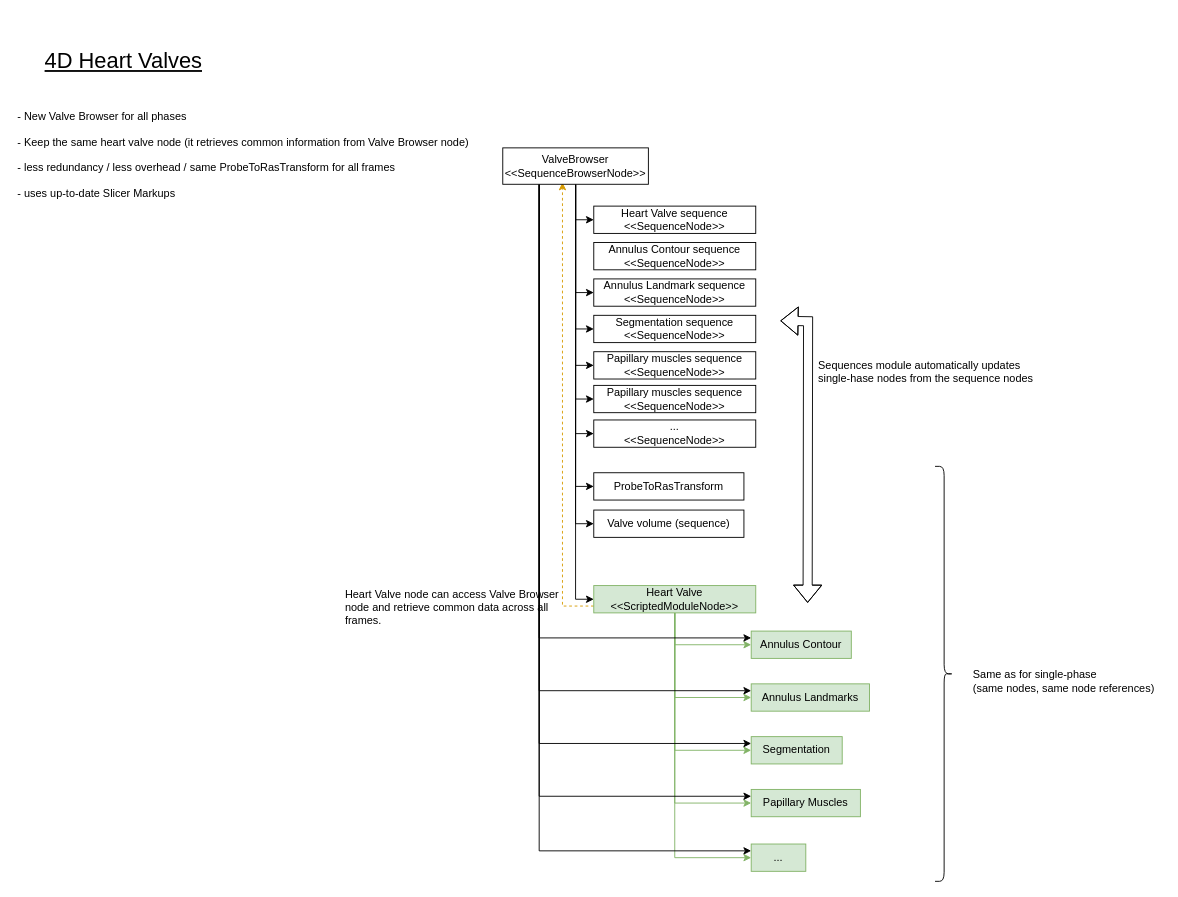
Above: Docs/HeartValveSequenceDesign.drawio in SlicerHeart/SlicerHeart (draw.io), before the change. Source tidied: cells renumbered, new cells numbered last; positions are measured from the earlier drawing's top-left corner, leaving out a move shared by most shapes. Both pictures are drawn from the tidied source at 91%, with x=0, y=0 at pixel (15, 47).
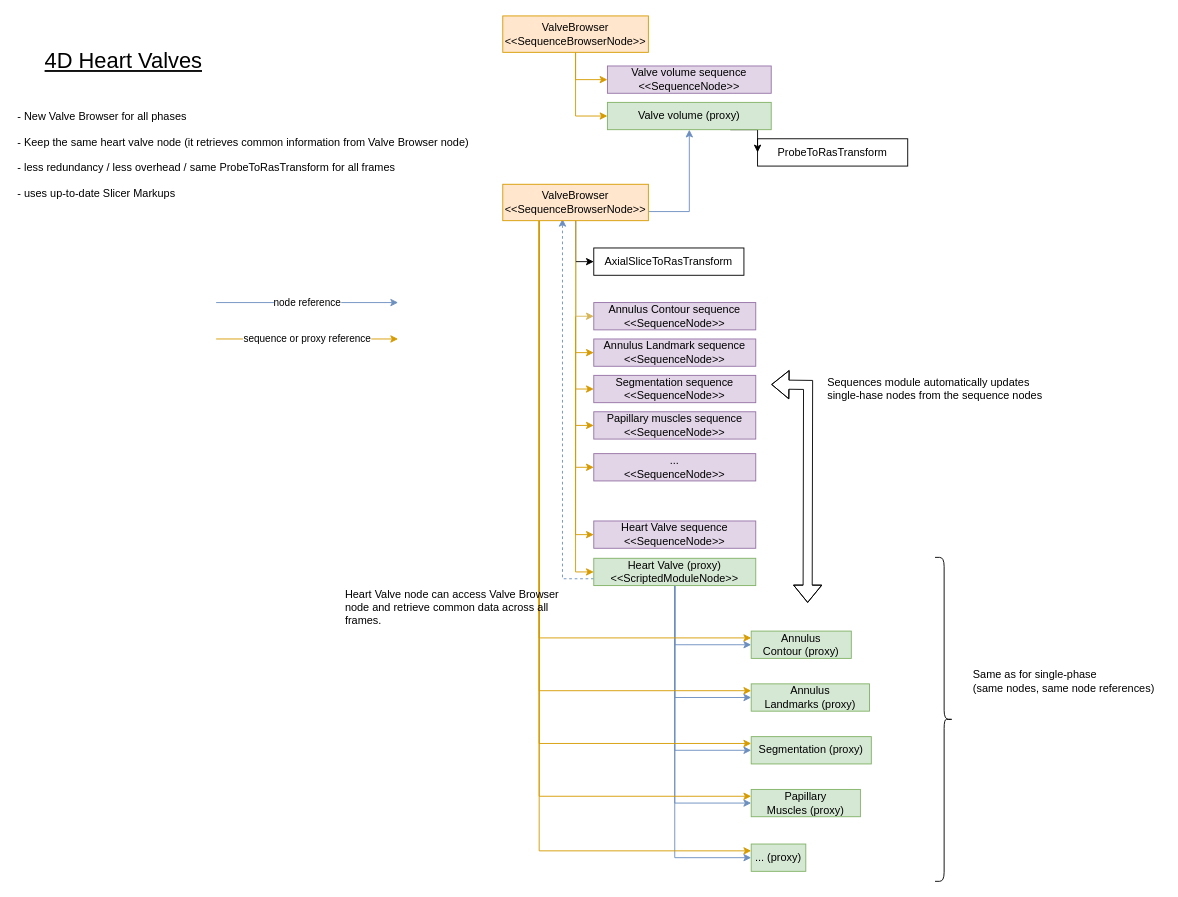
The same page after the edit.

Commit message (it also covers changes not shown here):
Updated ValveAnnulusAnalysis module to use sequences for data storage

Change to the diagram source:
```diff
@@
-    <mxCell id="2" value="Papillary Muscles" style="rounded=0;whiteSpace=wrap;html=1;fillColor=#d5e8d4;strokeColor=#82b366;" parent="1" vertex="1">
+    <mxCell id="2" value="Papillary Muscles&amp;nbsp;(proxy)" style="rounded=0;whiteSpace=wrap;html=1;fillColor=#d5e8d4;strokeColor=#82b366;" parent="1" vertex="1">
       <mxGeometry x="808" y="815" width="120" height="30" as="geometry" />
     </mxCell>
-    <mxCell id="3" value="Segmentation" style="whiteSpace=wrap;html=1;fillColor=#d5e8d4;strokeColor=#82b366;" parent="1" vertex="1">
-      <mxGeometry x="808" y="757" width="100" height="30" as="geometry" />
+    <mxCell id="3" value="Segmentation&amp;nbsp;(proxy)" style="whiteSpace=wrap;html=1;fillColor=#d5e8d4;strokeColor=#82b366;" parent="1" vertex="1">
+      <mxGeometry x="808" y="757" width="132" height="30" as="geometry" />
     </mxCell>
-    <mxCell id="4" value="Annulus Contour" style="whiteSpace=wrap;html=1;fillColor=#d5e8d4;strokeColor=#82b366;" parent="1" vertex="1">
+    <mxCell id="4" value="Annulus Contour&amp;nbsp;(proxy)" style="whiteSpace=wrap;html=1;fillColor=#d5e8d4;strokeColor=#82b366;" parent="1" vertex="1">
       <mxGeometry x="808" y="641" width="110" height="30" as="geometry" />
     </mxCell>
-    <mxCell id="5" value="Annulus Landmarks" style="whiteSpace=wrap;html=1;fillColor=#d5e8d4;strokeColor=#82b366;" parent="1" vertex="1">
+    <mxCell id="5" value="Annulus Landmarks&amp;nbsp;(proxy)" style="whiteSpace=wrap;html=1;fillColor=#d5e8d4;strokeColor=#82b366;" parent="1" vertex="1">
       <mxGeometry x="808" y="699" width="130" height="30" as="geometry" />
     </mxCell>
     <mxCell id="6" value="ProbeToRasTransform" style="whiteSpace=wrap;html=1;" parent="1" vertex="1">
-      <mxGeometry x="635" y="467" width="165" height="30" as="geometry" />
+      <mxGeometry x="815" y="100" width="165" height="30" as="geometry" />
     </mxCell>
-    <mxCell id="7" style="edgeStyle=orthogonalEdgeStyle;rounded=0;jettySize=auto;html=1;entryX=0;entryY=0.5;entryDx=0;entryDy=0;exitX=0.5;exitY=1;exitDx=0;exitDy=0;fillColor=#d5e8d4;strokeColor=#82b366;" parent="1" edge="1" source="13" target="4">
+    <mxCell id="7" style="edgeStyle=orthogonalEdgeStyle;rounded=0;jettySize=auto;html=1;entryX=0;entryY=0.5;entryDx=0;entryDy=0;exitX=0.5;exitY=1;exitDx=0;exitDy=0;fillColor=#dae8fc;strokeColor=#6c8ebf;" parent="1" edge="1" source="13" target="4">
       <mxGeometry relative="1" as="geometry" />
     </mxCell>
-    <mxCell id="8" style="edgeStyle=orthogonalEdgeStyle;rounded=0;jettySize=auto;html=1;entryX=0;entryY=0.5;entryDx=0;entryDy=0;exitX=0.5;exitY=1;exitDx=0;exitDy=0;fillColor=#d5e8d4;strokeColor=#82b366;" parent="1" edge="1" source="13" target="5">
+    <mxCell id="8" style="edgeStyle=orthogonalEdgeStyle;rounded=0;jettySize=auto;html=1;entryX=0;entryY=0.5;entryDx=0;entryDy=0;exitX=0.5;exitY=1;exitDx=0;exitDy=0;fillColor=#dae8fc;strokeColor=#6c8ebf;" parent="1" edge="1" source="13" target="5">
       <mxGeometry relative="1" as="geometry" />
     </mxCell>
-    <mxCell id="9" style="edgeStyle=orthogonalEdgeStyle;rounded=0;jettySize=auto;html=1;entryX=0;entryY=0.5;entryDx=0;entryDy=0;exitX=0.5;exitY=1;exitDx=0;exitDy=0;fillColor=#d5e8d4;strokeColor=#82b366;" parent="1" edge="1" source="13" target="3">
+    <mxCell id="9" style="edgeStyle=orthogonalEdgeStyle;rounded=0;jettySize=auto;html=1;entryX=0;entryY=0.5;entryDx=0;entryDy=0;exitX=0.5;exitY=1;exitDx=0;exitDy=0;fillColor=#dae8fc;strokeColor=#6c8ebf;" parent="1" edge="1" source="13" target="3">
       <mxGeometry relative="1" as="geometry" />
     </mxCell>
-    <mxCell id="10" style="edgeStyle=orthogonalEdgeStyle;rounded=0;jettySize=auto;html=1;entryX=0;entryY=0.5;entryDx=0;entryDy=0;exitX=0.5;exitY=1;exitDx=0;exitDy=0;fillColor=#d5e8d4;strokeColor=#82b366;" parent="1" edge="1" source="13" target="2">
+    <mxCell id="10" style="edgeStyle=orthogonalEdgeStyle;rounded=0;jettySize=auto;html=1;entryX=0;entryY=0.5;entryDx=0;entryDy=0;exitX=0.5;exitY=1;exitDx=0;exitDy=0;fillColor=#dae8fc;strokeColor=#6c8ebf;" parent="1" edge="1" source="13" target="2">
       <mxGeometry relative="1" as="geometry" />
     </mxCell>
-    <mxCell id="11" style="edgeStyle=orthogonalEdgeStyle;rounded=0;jettySize=auto;html=1;entryX=0;entryY=0.5;entryDx=0;entryDy=0;fontSize=12;fillColor=#d5e8d4;strokeColor=#82b366;" parent="1" edge="1" source="13" target="30">
+    <mxCell id="11" style="edgeStyle=orthogonalEdgeStyle;rounded=0;jettySize=auto;html=1;entryX=0;entryY=0.5;entryDx=0;entryDy=0;fontSize=12;fillColor=#dae8fc;strokeColor=#6c8ebf;" parent="1" edge="1" source="13" target="30">
       <mxGeometry relative="1" as="geometry" />
     </mxCell>
-    <mxCell id="12" style="rounded=0;jettySize=auto;html=1;exitX=0;exitY=0.75;exitDx=0;exitDy=0;entryX=0.41;entryY=0.951;entryDx=0;entryDy=0;dashed=1;entryPerimeter=0;edgeStyle=orthogonalEdgeStyle;fillColor=#ffe6cc;strokeColor=#d79b00;" parent="1" edge="1" source="13" target="28">
+    <mxCell id="12" style="rounded=0;jettySize=auto;html=1;exitX=0;exitY=0.75;exitDx=0;exitDy=0;entryX=0.41;entryY=0.951;entryDx=0;entryDy=0;dashed=1;entryPerimeter=0;edgeStyle=orthogonalEdgeStyle;fillColor=#dae8fc;strokeColor=#6c8ebf;" parent="1" edge="1" source="13" target="28">
       <mxGeometry relative="1" as="geometry" />
     </mxCell>
-    <mxCell id="13" value="Heart Valve&lt;br&gt;&amp;lt;&amp;lt;ScriptedModuleNode&amp;gt;&amp;gt;" style="whiteSpace=wrap;html=1;fillColor=#d5e8d4;strokeColor=#82b366;" parent="1" vertex="1">
-      <mxGeometry x="635" y="591" width="178" height="30" as="geometry" />
+    <mxCell id="13" value="Heart Valve&amp;nbsp;(proxy)&lt;br&gt;&amp;lt;&amp;lt;ScriptedModuleNode&amp;gt;&amp;gt;" style="whiteSpace=wrap;html=1;fillColor=#d5e8d4;strokeColor=#82b366;" parent="1" vertex="1">
+      <mxGeometry x="635" y="561" width="178" height="30" as="geometry" />
     </mxCell>
-    <mxCell id="14" style="edgeStyle=orthogonalEdgeStyle;rounded=0;jettySize=auto;html=1;entryX=0;entryY=0.5;entryDx=0;entryDy=0;" parent="1" edge="1" source="28" target="6">
+    <mxCell id="14" style="edgeStyle=orthogonalEdgeStyle;rounded=0;jettySize=auto;html=1;entryX=0;entryY=0.5;entryDx=0;entryDy=0;exitX=0.75;exitY=1;exitDx=0;exitDy=0;" parent="1" edge="1" source="51" target="6">
       <mxGeometry relative="1" as="geometry" />
     </mxCell>
-    <mxCell id="15" style="edgeStyle=orthogonalEdgeStyle;rounded=0;jettySize=auto;html=1;entryX=0;entryY=0.5;entryDx=0;entryDy=0;fontSize=12;" parent="1" edge="1" source="28" target="31">
-      <mxGeometry relative="1" as="geometry" />
-    </mxCell>
-    <mxCell id="16" style="edgeStyle=orthogonalEdgeStyle;rounded=0;jettySize=auto;html=1;entryX=0;entryY=0.5;entryDx=0;entryDy=0;fontSize=12;exitX=0.5;exitY=1;exitDx=0;exitDy=0;" parent="1" edge="1" source="28" target="13">
+    <mxCell id="16" style="edgeStyle=orthogonalEdgeStyle;rounded=0;jettySize=auto;html=1;entryX=0;entryY=0.5;entryDx=0;entryDy=0;fontSize=12;exitX=0.5;exitY=1;exitDx=0;exitDy=0;fillColor=#ffe6cc;strokeColor=#d79b00;" parent="1" edge="1" source="28" target="13">
       <mxGeometry relative="1" as="geometry" />
     </mxCell>
-    <mxCell id="17" style="edgeStyle=orthogonalEdgeStyle;rounded=0;jettySize=auto;html=1;exitX=0.5;exitY=1;exitDx=0;exitDy=0;entryX=0;entryY=0.5;entryDx=0;entryDy=0;" parent="1" edge="1" source="28" target="34">
+    <mxCell id="17" style="edgeStyle=orthogonalEdgeStyle;rounded=0;jettySize=auto;html=1;exitX=0.5;exitY=1;exitDx=0;exitDy=0;entryX=0;entryY=0.5;entryDx=0;entryDy=0;fillColor=#ffe6cc;strokeColor=#d79b00;" parent="1" edge="1" source="28" target="34">
       <mxGeometry relative="1" as="geometry" />
     </mxCell>
-    <mxCell id="18" style="edgeStyle=orthogonalEdgeStyle;rounded=0;jettySize=auto;html=1;exitX=0.5;exitY=1;exitDx=0;exitDy=0;entryX=0;entryY=0.5;entryDx=0;entryDy=0;" parent="1" edge="1" source="28" target="36">
+    <mxCell id="18" style="edgeStyle=orthogonalEdgeStyle;rounded=0;jettySize=auto;html=1;exitX=0.5;exitY=1;exitDx=0;exitDy=0;entryX=0;entryY=0.5;entryDx=0;entryDy=0;fillColor=#ffe6cc;strokeColor=#d79b00;" parent="1" edge="1" source="28" target="36">
       <mxGeometry relative="1" as="geometry" />
     </mxCell>
-    <mxCell id="19" style="edgeStyle=orthogonalEdgeStyle;rounded=0;jettySize=auto;html=1;exitX=0.5;exitY=1;exitDx=0;exitDy=0;entryX=0;entryY=0.5;entryDx=0;entryDy=0;" parent="1" edge="1" source="28" target="37">
+    <mxCell id="19" style="edgeStyle=orthogonalEdgeStyle;rounded=0;jettySize=auto;html=1;exitX=0.5;exitY=1;exitDx=0;exitDy=0;entryX=0;entryY=0.5;entryDx=0;entryDy=0;fillColor=#ffe6cc;strokeColor=#d79b00;" parent="1" edge="1" source="28" target="37">
       <mxGeometry relative="1" as="geometry" />
     </mxCell>
-    <mxCell id="20" style="edgeStyle=orthogonalEdgeStyle;rounded=0;jettySize=auto;html=1;exitX=0.5;exitY=1;exitDx=0;exitDy=0;entryX=0;entryY=0.5;entryDx=0;entryDy=0;" parent="1" edge="1" source="28" target="38">
+    <mxCell id="20" style="edgeStyle=orthogonalEdgeStyle;rounded=0;jettySize=auto;html=1;exitX=0.5;exitY=1;exitDx=0;exitDy=0;entryX=0;entryY=0.5;entryDx=0;entryDy=0;fillColor=#ffe6cc;strokeColor=#d79b00;" parent="1" edge="1" source="28" target="38">
       <mxGeometry relative="1" as="geometry" />
     </mxCell>
-    <mxCell id="21" style="edgeStyle=orthogonalEdgeStyle;rounded=0;jettySize=auto;html=1;exitX=0.25;exitY=1;exitDx=0;exitDy=0;entryX=0;entryY=0.25;entryDx=0;entryDy=0;" parent="1" edge="1" source="28" target="4">
+    <mxCell id="21" style="edgeStyle=orthogonalEdgeStyle;rounded=0;jettySize=auto;html=1;exitX=0.25;exitY=1;exitDx=0;exitDy=0;entryX=0;entryY=0.25;entryDx=0;entryDy=0;fillColor=#ffe6cc;strokeColor=#d79b00;" parent="1" edge="1" source="28" target="4">
       <mxGeometry relative="1" as="geometry" />
     </mxCell>
-    <mxCell id="22" style="edgeStyle=orthogonalEdgeStyle;rounded=0;jettySize=auto;html=1;exitX=0.25;exitY=1;exitDx=0;exitDy=0;entryX=0;entryY=0.25;entryDx=0;entryDy=0;" parent="1" edge="1" source="28" target="5">
+    <mxCell id="22" style="edgeStyle=orthogonalEdgeStyle;rounded=0;jettySize=auto;html=1;exitX=0.25;exitY=1;exitDx=0;exitDy=0;entryX=0;entryY=0.25;entryDx=0;entryDy=0;fillColor=#ffe6cc;strokeColor=#d79b00;" parent="1" edge="1" source="28" target="5">
       <mxGeometry relative="1" as="geometry" />
     </mxCell>
-    <mxCell id="23" style="edgeStyle=orthogonalEdgeStyle;rounded=0;jettySize=auto;html=1;exitX=0.25;exitY=1;exitDx=0;exitDy=0;entryX=0;entryY=0.25;entryDx=0;entryDy=0;" parent="1" edge="1" source="28" target="3">
+    <mxCell id="23" style="edgeStyle=orthogonalEdgeStyle;rounded=0;jettySize=auto;html=1;exitX=0.25;exitY=1;exitDx=0;exitDy=0;entryX=0;entryY=0.25;entryDx=0;entryDy=0;fillColor=#ffe6cc;strokeColor=#d79b00;" parent="1" edge="1" source="28" target="3">
       <mxGeometry relative="1" as="geometry" />
     </mxCell>
-    <mxCell id="24" style="edgeStyle=orthogonalEdgeStyle;rounded=0;jettySize=auto;html=1;exitX=0.25;exitY=1;exitDx=0;exitDy=0;entryX=0;entryY=0.25;entryDx=0;entryDy=0;" parent="1" edge="1" source="28" target="2">
+    <mxCell id="24" style="edgeStyle=orthogonalEdgeStyle;rounded=0;jettySize=auto;html=1;exitX=0.25;exitY=1;exitDx=0;exitDy=0;entryX=0;entryY=0.25;entryDx=0;entryDy=0;fillColor=#ffe6cc;strokeColor=#d79b00;" parent="1" edge="1" source="28" target="2">
       <mxGeometry relative="1" as="geometry" />
     </mxCell>
-    <mxCell id="25" style="edgeStyle=orthogonalEdgeStyle;rounded=0;jettySize=auto;html=1;exitX=0.25;exitY=1;exitDx=0;exitDy=0;entryX=0;entryY=0.25;entryDx=0;entryDy=0;" parent="1" edge="1" source="28" target="30">
+    <mxCell id="25" style="edgeStyle=orthogonalEdgeStyle;rounded=0;jettySize=auto;html=1;exitX=0.25;exitY=1;exitDx=0;exitDy=0;entryX=0;entryY=0.25;entryDx=0;entryDy=0;fillColor=#ffe6cc;strokeColor=#d79b00;" parent="1" edge="1" source="28" target="30">
       <mxGeometry relative="1" as="geometry" />
     </mxCell>
-    <mxCell id="26" style="edgeStyle=orthogonalEdgeStyle;rounded=0;jettySize=auto;html=1;exitX=0.5;exitY=1;exitDx=0;exitDy=0;entryX=0;entryY=0.5;entryDx=0;entryDy=0;" parent="1" edge="1" source="28" target="39">
+    <mxCell id="26" style="edgeStyle=orthogonalEdgeStyle;rounded=0;jettySize=auto;html=1;exitX=1;exitY=0.75;exitDx=0;exitDy=0;entryX=0.5;entryY=1;entryDx=0;entryDy=0;fillColor=#dae8fc;strokeColor=#6c8ebf;" parent="1" edge="1" source="28" target="51">
       <mxGeometry relative="1" as="geometry" />
     </mxCell>
-    <mxCell id="27" style="edgeStyle=orthogonalEdgeStyle;rounded=0;jettySize=auto;html=1;exitX=0.5;exitY=1;exitDx=0;exitDy=0;entryX=0;entryY=0.5;entryDx=0;entryDy=0;" parent="1" edge="1" source="28" target="43">
+    <mxCell id="27" style="edgeStyle=orthogonalEdgeStyle;rounded=0;jettySize=auto;html=1;exitX=0.5;exitY=1;exitDx=0;exitDy=0;entryX=0;entryY=0.5;entryDx=0;entryDy=0;fillColor=#ffe6cc;strokeColor=#d79b00;" parent="1" edge="1" source="28" target="43">
       <mxGeometry relative="1" as="geometry" />
     </mxCell>
+    <mxCell id="45" style="edgeStyle=orthogonalEdgeStyle;rounded=0;jettySize=auto;html=1;exitX=0.5;exitY=1;exitDx=0;exitDy=0;entryX=0;entryY=0.5;entryDx=0;entryDy=0;" parent="1" edge="1" source="28" target="50">
+      <mxGeometry relative="1" as="geometry" />
+    </mxCell>
+    <mxCell id="46" style="edgeStyle=orthogonalEdgeStyle;rounded=0;jettySize=auto;html=1;exitX=0.5;exitY=1;exitDx=0;exitDy=0;entryX=0;entryY=0.5;entryDx=0;entryDy=0;fillColor=#fff2cc;strokeColor=#d6b656;" parent="1" edge="1" source="28" target="35">
+      <mxGeometry relative="1" as="geometry" />
+    </mxCell>
-    <mxCell id="28" value="ValveBrowser&lt;br&gt;&amp;lt;&amp;lt;SequenceBrowserNode&amp;gt;&amp;gt;" style="whiteSpace=wrap;html=1;" parent="1" vertex="1">
-      <mxGeometry x="535" y="110" width="160" height="40" as="geometry" />
+    <mxCell id="28" value="ValveBrowser&lt;br&gt;&amp;lt;&amp;lt;SequenceBrowserNode&amp;gt;&amp;gt;" style="whiteSpace=wrap;html=1;fillColor=#ffe6cc;strokeColor=#d79b00;" parent="1" vertex="1">
+      <mxGeometry x="535" y="150" width="160" height="40" as="geometry" />
     </mxCell>
@@
-    <mxCell id="30" value="..." style="whiteSpace=wrap;html=1;fontSize=12;fillColor=#d5e8d4;strokeColor=#82b366;" parent="1" vertex="1">
+    <mxCell id="30" value="...&amp;nbsp;(proxy)" style="whiteSpace=wrap;html=1;fontSize=12;fillColor=#d5e8d4;strokeColor=#82b366;" parent="1" vertex="1">
       <mxGeometry x="808" y="875" width="60" height="30" as="geometry" />
     </mxCell>
-    <mxCell id="31" value="Valve volume (sequence)" style="whiteSpace=wrap;html=1;fontSize=12;" parent="1" vertex="1">
-      <mxGeometry x="635" y="508" width="165" height="30" as="geometry" />
-    </mxCell>
@@
-    <mxCell id="34" value="Heart Valve sequence&lt;br&gt;&amp;lt;&amp;lt;SequenceNode&amp;gt;&amp;gt;" style="whiteSpace=wrap;html=1;" parent="1" vertex="1">
-      <mxGeometry x="635" y="174" width="178" height="30" as="geometry" />
+    <mxCell id="34" value="Heart Valve sequence&lt;br&gt;&amp;lt;&amp;lt;SequenceNode&amp;gt;&amp;gt;" style="whiteSpace=wrap;html=1;fillColor=#e1d5e7;strokeColor=#9673a6;" parent="1" vertex="1">
+      <mxGeometry x="635" y="520" width="178" height="30" as="geometry" />
     </mxCell>
-    <mxCell id="35" value="Annulus Contour sequence&lt;br&gt;&amp;lt;&amp;lt;SequenceNode&amp;gt;&amp;gt;" style="whiteSpace=wrap;html=1;" parent="1" vertex="1">
-      <mxGeometry x="635" y="214" width="178" height="30" as="geometry" />
+    <mxCell id="35" value="Annulus Contour sequence&lt;br&gt;&amp;lt;&amp;lt;SequenceNode&amp;gt;&amp;gt;" style="whiteSpace=wrap;html=1;fillColor=#e1d5e7;strokeColor=#9673a6;" parent="1" vertex="1">
+      <mxGeometry x="635" y="280" width="178" height="30" as="geometry" />
     </mxCell>
-    <mxCell id="36" value="Annulus Landmark sequence&lt;br&gt;&amp;lt;&amp;lt;SequenceNode&amp;gt;&amp;gt;" style="whiteSpace=wrap;html=1;" parent="1" vertex="1">
-      <mxGeometry x="635" y="254" width="178" height="30" as="geometry" />
+    <mxCell id="36" value="Annulus Landmark sequence&lt;br&gt;&amp;lt;&amp;lt;SequenceNode&amp;gt;&amp;gt;" style="whiteSpace=wrap;html=1;fillColor=#e1d5e7;strokeColor=#9673a6;" parent="1" vertex="1">
+      <mxGeometry x="635" y="320" width="178" height="30" as="geometry" />
     </mxCell>
-    <mxCell id="37" value="Segmentation sequence&lt;br&gt;&amp;lt;&amp;lt;SequenceNode&amp;gt;&amp;gt;" style="whiteSpace=wrap;html=1;" parent="1" vertex="1">
-      <mxGeometry x="635" y="294" width="178" height="30" as="geometry" />
+    <mxCell id="37" value="Segmentation sequence&lt;br&gt;&amp;lt;&amp;lt;SequenceNode&amp;gt;&amp;gt;" style="whiteSpace=wrap;html=1;fillColor=#e1d5e7;strokeColor=#9673a6;" parent="1" vertex="1">
+      <mxGeometry x="635" y="360" width="178" height="30" as="geometry" />
     </mxCell>
-    <mxCell id="38" value="Papillary muscles sequence&lt;br&gt;&amp;lt;&amp;lt;SequenceNode&amp;gt;&amp;gt;" style="whiteSpace=wrap;html=1;" parent="1" vertex="1">
-      <mxGeometry x="635" y="334" width="178" height="30" as="geometry" />
+    <mxCell id="38" value="Papillary muscles sequence&lt;br&gt;&amp;lt;&amp;lt;SequenceNode&amp;gt;&amp;gt;" style="whiteSpace=wrap;html=1;fillColor=#e1d5e7;strokeColor=#9673a6;" parent="1" vertex="1">
+      <mxGeometry x="635" y="400" width="178" height="30" as="geometry" />
     </mxCell>
-    <mxCell id="39" value="Papillary muscles sequence&lt;br&gt;&amp;lt;&amp;lt;SequenceNode&amp;gt;&amp;gt;" style="whiteSpace=wrap;html=1;" parent="1" vertex="1">
-      <mxGeometry x="635" y="371" width="178" height="30" as="geometry" />
+    <mxCell id="39" value="Valve volume sequence&lt;br&gt;&amp;lt;&amp;lt;SequenceNode&amp;gt;&amp;gt;" style="whiteSpace=wrap;html=1;fillColor=#e1d5e7;strokeColor=#9673a6;" parent="1" vertex="1">
+      <mxGeometry x="650" y="20" width="180" height="30" as="geometry" />
     </mxCell>
     <mxCell id="40" style="shape=curlyBracket;whiteSpace=wrap;html=1;rounded=1;flipH=1;labelPosition=right;verticalLabelPosition=middle;align=left;verticalAlign=middle;" parent="1" vertex="1">
-      <mxGeometry x="1010" y="460" width="20" height="456" as="geometry" />
+      <mxGeometry x="1010" y="560" width="20" height="356" as="geometry" />
     </mxCell>
     <mxCell id="41" value="Sequences module automatically updates single-hase nodes from the sequence nodes" style="text;html=1;strokeColor=none;fillColor=none;align=left;verticalAlign=middle;whiteSpace=wrap;rounded=0;" parent="1" vertex="1">
-      <mxGeometry x="880" y="341" width="250" height="30" as="geometry" />
+      <mxGeometry x="890" y="360" width="250" height="30" as="geometry" />
     </mxCell>
     <mxCell id="42" style="shape=flexArrow;endArrow=classic;startArrow=classic;html=1;rounded=0;edgeStyle=orthogonalEdgeStyle;" parent="1" edge="1">
       <mxGeometry relative="1" as="geometry">
-        <mxPoint x="840" y="300" as="sourcePoint" />
+        <mxPoint x="830" y="370" as="sourcePoint" />
         <mxPoint x="870" y="610" as="targetPoint" />
       </mxGeometry>
     </mxCell>
-    <mxCell id="43" value="...&lt;br&gt;&amp;lt;&amp;lt;SequenceNode&amp;gt;&amp;gt;" style="whiteSpace=wrap;html=1;" parent="1" vertex="1">
-      <mxGeometry x="635" y="409" width="178" height="30" as="geometry" />
+    <mxCell id="43" value="...&lt;br&gt;&amp;lt;&amp;lt;SequenceNode&amp;gt;&amp;gt;" style="whiteSpace=wrap;html=1;fillColor=#e1d5e7;strokeColor=#9673a6;" parent="1" vertex="1">
+      <mxGeometry x="635" y="446" width="178" height="30" as="geometry" />
     </mxCell>
@@
+    <mxCell id="47" style="edgeStyle=orthogonalEdgeStyle;rounded=0;jettySize=auto;html=1;exitX=0.5;exitY=1;exitDx=0;exitDy=0;entryX=0;entryY=0.5;entryDx=0;entryDy=0;fillColor=#ffe6cc;strokeColor=#d79b00;" parent="1" edge="1" source="49" target="39">
+      <mxGeometry relative="1" as="geometry" />
+    </mxCell>
+    <mxCell id="48" style="edgeStyle=orthogonalEdgeStyle;rounded=0;jettySize=auto;html=1;exitX=0.5;exitY=1;exitDx=0;exitDy=0;entryX=0;entryY=0.5;entryDx=0;entryDy=0;fillColor=#ffe6cc;strokeColor=#d79b00;" parent="1" edge="1" source="49" target="51">
+      <mxGeometry relative="1" as="geometry" />
+    </mxCell>
+    <mxCell id="49" value="ValveBrowser&lt;br&gt;&amp;lt;&amp;lt;SequenceBrowserNode&amp;gt;&amp;gt;" style="whiteSpace=wrap;html=1;fillColor=#ffe6cc;strokeColor=#d79b00;" parent="1" vertex="1">
+      <mxGeometry x="535" y="-35" width="160" height="40" as="geometry" />
+    </mxCell>
+    <mxCell id="50" value="AxialSliceToRasTransform" style="whiteSpace=wrap;html=1;" parent="1" vertex="1">
+      <mxGeometry x="635" y="220" width="165" height="30" as="geometry" />
+    </mxCell>
+    <mxCell id="51" value="Valve volume (proxy)" style="whiteSpace=wrap;html=1;fontSize=12;fillColor=#d5e8d4;strokeColor=#82b366;" parent="1" vertex="1">
+      <mxGeometry x="650" y="60" width="180" height="30" as="geometry" />
+    </mxCell>
+    <mxCell id="52" value="node reference" style="endArrow=classic;html=1;rounded=0;fillColor=#dae8fc;strokeColor=#6c8ebf;" parent="1" edge="1">
+      <mxGeometry relative="1" as="geometry">
+        <mxPoint x="220" y="280" as="sourcePoint" />
+        <mxPoint x="420" y="280" as="targetPoint" />
+      </mxGeometry>
+    </mxCell>
+    <mxCell id="53" value="sequence or proxy reference" style="endArrow=classic;html=1;rounded=0;fillColor=#ffe6cc;strokeColor=#d79b00;" parent="1" edge="1">
+      <mxGeometry relative="1" as="geometry">
+        <mxPoint x="220" y="320" as="sourcePoint" />
+        <mxPoint x="420" y="320" as="targetPoint" />
+      </mxGeometry>
+    </mxCell>
```
